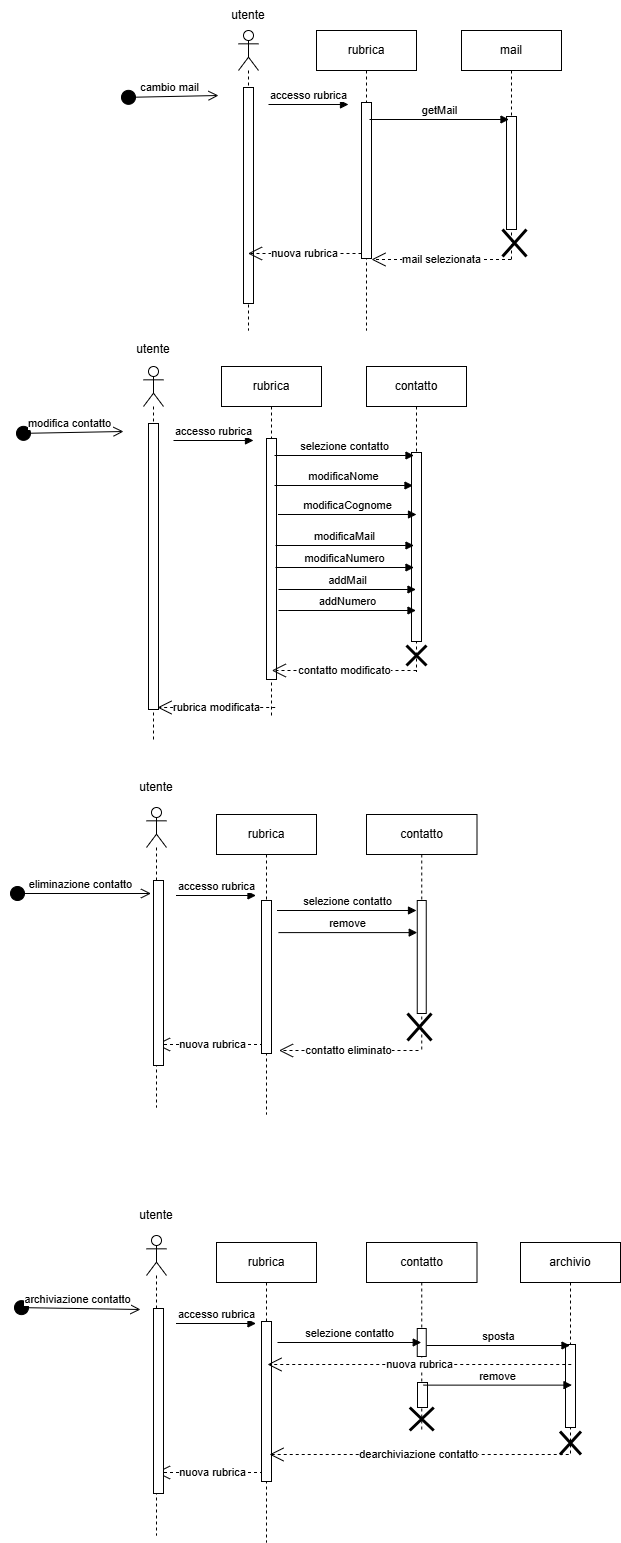
The draw.io diagram Design/diagrammiVeramentePazzi.drawio.png in VinSVinS00/Programmi-pazzi, before a commit. Source tidied: cells renumbered, new cells last; positions are measured from the earlier drawing's top-left corner, leaving out a move shared by most shapes.
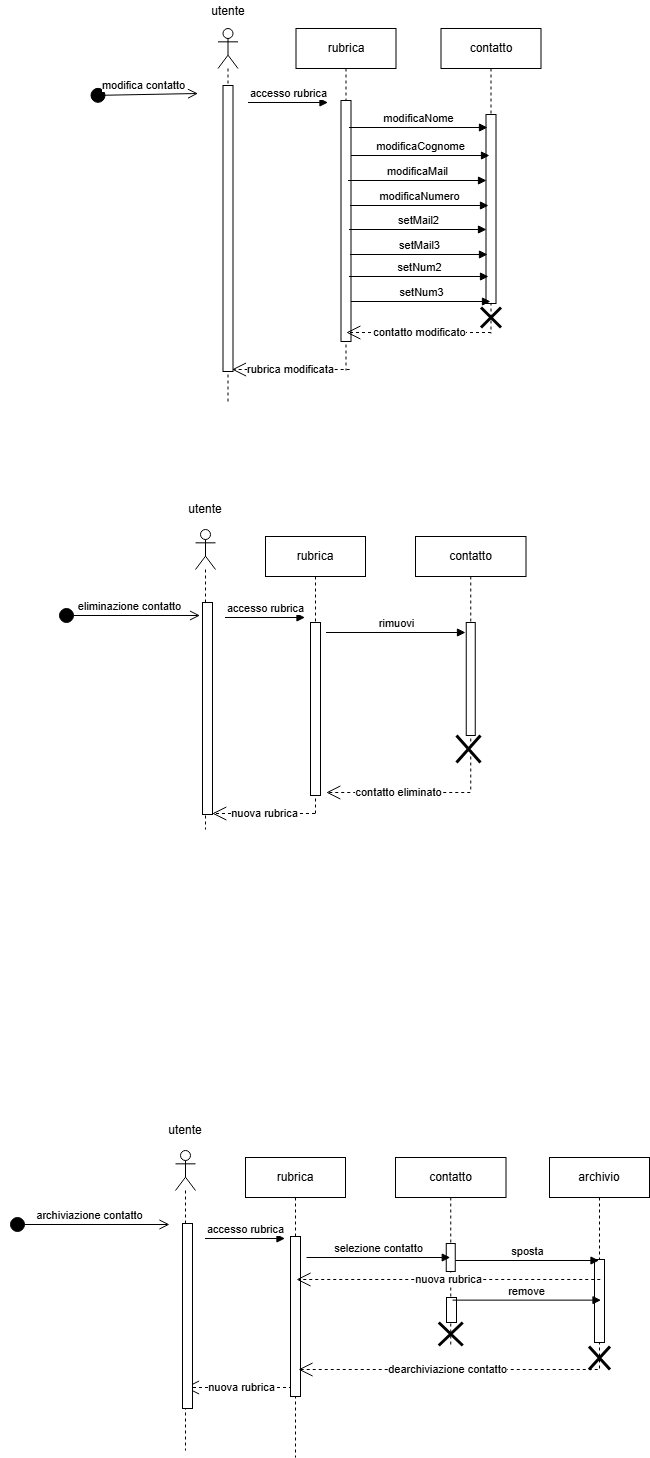
The same file after the commit.

Commit message:
Modifica dei diagrammi sequenziali

modifica dei vari diagrammi con varie modifiche fatte sulle self call e sui diagrammi in generale

Diff of the diagram source:
```diff
@@ -4,57 +4,6 @@
     <mxCell id="1" parent="0" />
-    <mxCell id="2" value="cambio mail" style="html=1;verticalAlign=bottom;startArrow=circle;startFill=1;endArrow=open;startSize=6;endSize=8;curved=0;rounded=0;" parent="1" edge="1">
-      <mxGeometry relative="1" as="geometry">
-        <mxPoint x="111" y="97" as="sourcePoint" />
-        <mxPoint x="209" y="95" as="targetPoint" />
-      </mxGeometry>
-    </mxCell>
-    <mxCell id="3" style="shape=umlLifeline;perimeter=lifelinePerimeter;whiteSpace=wrap;html=1;outlineConnect=0;portConstraint=eastwest;newEdgeStyle={&quot;curved&quot;:0,&quot;rounded&quot;:0};participant=umlActor;" parent="1" vertex="1">
-      <mxGeometry x="229" y="30" width="20" height="300" as="geometry" />
-    </mxCell>
-    <mxCell id="4" style="html=1;perimeter=orthogonalPerimeter;targetShapes=umlLifeline;newEdgeStyle={&quot;curved&quot;:0,&quot;rounded&quot;:0};" parent="3" vertex="1">
-      <mxGeometry x="5" y="57" width="10" height="216" as="geometry" />
-    </mxCell>
-    <mxCell id="5" value="utente" style="text;html=1;align=center;verticalAlign=middle;whiteSpace=wrap;rounded=0;" parent="1" vertex="1">
-      <mxGeometry x="209" width="60" height="30" as="geometry" />
-    </mxCell>
-    <mxCell id="6" value="rubrica" style="shape=umlLifeline;perimeter=lifelinePerimeter;whiteSpace=wrap;html=1;newEdgeStyle={&quot;curved&quot;:0,&quot;rounded&quot;:0};" parent="1" vertex="1">
-      <mxGeometry x="307" y="30" width="100" height="300" as="geometry" />
-    </mxCell>
-    <mxCell id="7" style="html=1;points=[[0,0,0,0,5],[0,1,0,0,-5],[1,0,0,0,5],[1,1,0,0,-5]];perimeter=orthogonalPerimeter;outlineConnect=0;targetShapes=umlLifeline;portConstraint=eastwest;newEdgeStyle={&quot;curved&quot;:0,&quot;rounded&quot;:0};" parent="6" vertex="1">
-      <mxGeometry x="45" y="72" width="10" height="156" as="geometry" />
-    </mxCell>
-    <mxCell id="8" value="mail" style="shape=umlLifeline;perimeter=lifelinePerimeter;whiteSpace=wrap;html=1;newEdgeStyle={&quot;curved&quot;:0,&quot;rounded&quot;:0};" parent="1" vertex="1">
-      <mxGeometry x="452" y="30" width="100" height="229" as="geometry" />
-    </mxCell>
-    <mxCell id="9" style="html=1;perimeter=orthogonalPerimeter;targetShapes=umlLifeline;newEdgeStyle={&quot;curved&quot;:0,&quot;rounded&quot;:0};" parent="8" vertex="1">
-      <mxGeometry x="45" y="86" width="10" height="113" as="geometry" />
-    </mxCell>
-    <mxCell id="10" style="shape=umlDestroy;whiteSpace=wrap;html=1;strokeWidth=3;targetShapes=umlLifeline;" parent="8" vertex="1">
-      <mxGeometry x="41" y="199" width="24" height="27" as="geometry" />
-    </mxCell>
-    <mxCell id="11" value="accesso rubrica" style="html=1;verticalAlign=bottom;endArrow=block;curved=0;rounded=0;" parent="1" edge="1">
-      <mxGeometry relative="1" as="geometry">
-        <mxPoint x="259" y="104" as="sourcePoint" />
-        <mxPoint x="339" y="104" as="targetPoint" />
-      </mxGeometry>
-    </mxCell>
-    <mxCell id="12" value="getMail" style="html=1;verticalAlign=bottom;endArrow=block;curved=0;rounded=0;exitX=1;exitY=0;exitDx=0;exitDy=5;exitPerimeter=0;" parent="1" edge="1">
-      <mxGeometry relative="1" as="geometry">
-        <mxPoint x="360" y="119" as="sourcePoint" />
-        <mxPoint x="499.5" y="119" as="targetPoint" />
-      </mxGeometry>
-    </mxCell>
-    <mxCell id="13" value="mail selezionata" style="endArrow=open;endSize=12;dashed=1;html=1;rounded=0;" parent="1" edge="1">
-      <mxGeometry relative="1" as="geometry">
-        <mxPoint x="501.5" y="259" as="sourcePoint" />
-        <mxPoint x="362" y="259" as="targetPoint" />
-      </mxGeometry>
-    </mxCell>
-    <mxCell id="14" value="nuova rubrica" style="endArrow=open;endSize=12;dashed=1;html=1;rounded=0;exitX=0;exitY=1;exitDx=0;exitDy=-5;exitPerimeter=0;" parent="1" edge="1" source="7" target="3">
-      <mxGeometry relative="1" as="geometry" />
-    </mxCell>
     <mxCell id="15" value="modifica contatto" style="html=1;verticalAlign=bottom;startArrow=circle;startFill=1;endArrow=open;startSize=6;endSize=8;curved=0;rounded=0;" parent="1" edge="1">
       <mxGeometry relative="1" as="geometry">
-        <mxPoint x="6" y="433" as="sourcePoint" />
-        <mxPoint x="114" y="431" as="targetPoint" />
+        <mxPoint x="150.5" y="192" as="sourcePoint" />
+        <mxPoint x="258.5" y="190" as="targetPoint" />
       </mxGeometry>
@@ -62,3 +11,3 @@
     <mxCell id="16" style="shape=umlLifeline;perimeter=lifelinePerimeter;whiteSpace=wrap;html=1;newEdgeStyle={&quot;curved&quot;:0,&quot;rounded&quot;:0};participant=umlActor;" parent="1" vertex="1">
-      <mxGeometry x="134" y="366" width="20" height="376" as="geometry" />
+      <mxGeometry x="278.5" y="125" width="20" height="376" as="geometry" />
     </mxCell>
@@ -68,3 +17,3 @@
     <mxCell id="18" value="rubrica" style="shape=umlLifeline;perimeter=lifelinePerimeter;whiteSpace=wrap;html=1;newEdgeStyle={&quot;curved&quot;:0,&quot;rounded&quot;:0};" parent="1" vertex="1">
-      <mxGeometry x="212" y="366" width="100" height="350" as="geometry" />
+      <mxGeometry x="356.5" y="125" width="100" height="342" as="geometry" />
     </mxCell>
@@ -74,3 +23,3 @@
     <mxCell id="20" value="contatto" style="shape=umlLifeline;perimeter=lifelinePerimeter;whiteSpace=wrap;html=1;outlineConnect=0;portConstraint=eastwest;newEdgeStyle={&quot;curved&quot;:0,&quot;rounded&quot;:0};" parent="1" vertex="1">
-      <mxGeometry x="357" y="366" width="100" height="305" as="geometry" />
+      <mxGeometry x="501.5" y="125" width="100" height="305" as="geometry" />
     </mxCell>
@@ -84,14 +33,8 @@
       <mxGeometry relative="1" as="geometry">
-        <mxPoint x="164" y="440" as="sourcePoint" />
-        <mxPoint x="244" y="440" as="targetPoint" />
+        <mxPoint x="308.5" y="199" as="sourcePoint" />
+        <mxPoint x="388.5" y="199" as="targetPoint" />
       </mxGeometry>
     </mxCell>
-    <mxCell id="24" value="selezione contatto" style="html=1;verticalAlign=bottom;endArrow=block;curved=0;rounded=0;exitX=1;exitY=0;exitDx=0;exitDy=5;exitPerimeter=0;" parent="1" edge="1">
-      <mxGeometry relative="1" as="geometry">
-        <mxPoint x="265" y="455" as="sourcePoint" />
-        <mxPoint x="404.5" y="455" as="targetPoint" />
-      </mxGeometry>
-    </mxCell>
     <mxCell id="25" value="utente" style="text;html=1;align=center;verticalAlign=middle;whiteSpace=wrap;rounded=0;" parent="1" vertex="1">
-      <mxGeometry x="114" y="338" width="60" height="22" as="geometry" />
+      <mxGeometry x="258.5" y="97" width="60" height="22" as="geometry" />
     </mxCell>
@@ -99,4 +42,4 @@
       <mxGeometry relative="1" as="geometry">
-        <mxPoint x="265" y="485" as="sourcePoint" />
-        <mxPoint x="403.5" y="485" as="targetPoint" />
+        <mxPoint x="409.5" y="224" as="sourcePoint" />
+        <mxPoint x="548" y="224" as="targetPoint" />
       </mxGeometry>
@@ -105,4 +48,4 @@
       <mxGeometry relative="1" as="geometry">
-        <mxPoint x="268.5" y="514" as="sourcePoint" />
-        <mxPoint x="407" y="514" as="targetPoint" />
+        <mxPoint x="411.5" y="252" as="sourcePoint" />
+        <mxPoint x="550" y="252" as="targetPoint" />
       </mxGeometry>
@@ -111,4 +54,4 @@
       <mxGeometry relative="1" as="geometry">
-        <mxPoint x="266" y="545" as="sourcePoint" />
-        <mxPoint x="404.5" y="545" as="targetPoint" />
+        <mxPoint x="408.5" y="277" as="sourcePoint" />
+        <mxPoint x="547" y="277" as="targetPoint" />
       </mxGeometry>
@@ -117,14 +60,16 @@
       <mxGeometry relative="1" as="geometry">
-        <mxPoint x="266" y="567" as="sourcePoint" />
-        <mxPoint x="404.5" y="567" as="targetPoint" />
+        <mxPoint x="410.5" y="302" as="sourcePoint" />
+        <mxPoint x="549" y="302" as="targetPoint" />
       </mxGeometry>
     </mxCell>
-    <mxCell id="30" value="addMail" style="html=1;verticalAlign=bottom;endArrow=block;curved=0;rounded=0;" parent="1" edge="1" target="20">
+    <mxCell id="30" value="setMail2" style="html=1;verticalAlign=bottom;endArrow=block;curved=0;rounded=0;" parent="1" edge="1">
       <mxGeometry relative="1" as="geometry">
-        <mxPoint x="269" y="589" as="sourcePoint" />
+        <mxPoint x="409.5" y="326" as="sourcePoint" />
+        <mxPoint x="547" y="326" as="targetPoint" />
       </mxGeometry>
     </mxCell>
-    <mxCell id="31" value="addNumero" style="html=1;verticalAlign=bottom;endArrow=block;curved=0;rounded=0;" parent="1" edge="1" target="20">
+    <mxCell id="31" value="setMail3" style="html=1;verticalAlign=bottom;endArrow=block;curved=0;rounded=0;" parent="1" edge="1">
       <mxGeometry relative="1" as="geometry">
-        <mxPoint x="269" y="610" as="sourcePoint" />
+        <mxPoint x="410.5" y="351" as="sourcePoint" />
+        <mxPoint x="548" y="351" as="targetPoint" />
       </mxGeometry>
@@ -133,4 +78,4 @@
       <mxGeometry relative="1" as="geometry">
-        <mxPoint x="407" y="670" as="sourcePoint" />
-        <mxPoint x="262.3" y="670" as="targetPoint" />
+        <mxPoint x="551.5" y="429" as="sourcePoint" />
+        <mxPoint x="406.8" y="429" as="targetPoint" />
       </mxGeometry>
@@ -139,4 +84,4 @@
       <mxGeometry relative="1" as="geometry">
-        <mxPoint x="265.7" y="707" as="sourcePoint" />
-        <mxPoint x="148" y="707" as="targetPoint" />
+        <mxPoint x="410.2" y="466" as="sourcePoint" />
+        <mxPoint x="292.5" y="466" as="targetPoint" />
       </mxGeometry>
@@ -145,4 +90,4 @@
       <mxGeometry relative="1" as="geometry">
-        <mxPoint y="893" as="sourcePoint" />
-        <mxPoint x="141.5" y="893" as="targetPoint" />
+        <mxPoint x="119" y="712" as="sourcePoint" />
+        <mxPoint x="260.5" y="712" as="targetPoint" />
       </mxGeometry>
@@ -150,3 +95,3 @@
     <mxCell id="35" value="contatto" style="shape=umlLifeline;perimeter=lifelinePerimeter;whiteSpace=wrap;html=1;outlineConnect=0;portConstraint=eastwest;newEdgeStyle={&quot;curved&quot;:0,&quot;rounded&quot;:0};" parent="1" vertex="1">
-      <mxGeometry x="357" y="814" width="110.5" height="237" as="geometry" />
+      <mxGeometry x="476" y="633" width="110.5" height="256" as="geometry" />
     </mxCell>
@@ -160,22 +105,20 @@
       <mxGeometry relative="1" as="geometry">
-        <mxPoint x="166.5" y="895" as="sourcePoint" />
-        <mxPoint x="246.5" y="895" as="targetPoint" />
+        <mxPoint x="285.5" y="714" as="sourcePoint" />
+        <mxPoint x="365.5" y="714" as="targetPoint" />
       </mxGeometry>
     </mxCell>
-    <mxCell id="39" value="selezione contatto" style="html=1;verticalAlign=bottom;endArrow=block;curved=0;rounded=0;exitX=1;exitY=0;exitDx=0;exitDy=5;exitPerimeter=0;" parent="1" edge="1">
+    <mxCell id="39" value="rimuovi" style="html=1;verticalAlign=bottom;endArrow=block;curved=0;rounded=0;exitX=1;exitY=0;exitDx=0;exitDy=5;exitPerimeter=0;" parent="1" edge="1">
       <mxGeometry relative="1" as="geometry">
-        <mxPoint x="267.5" y="910" as="sourcePoint" />
-        <mxPoint x="407" y="910" as="targetPoint" />
+        <mxPoint x="386.5" y="729" as="sourcePoint" />
+        <mxPoint x="526" y="729" as="targetPoint" />
       </mxGeometry>
     </mxCell>
-    <mxCell id="40" value="contatto eliminato" style="endArrow=open;endSize=12;dashed=1;html=1;rounded=0;" parent="1" edge="1">
+    <mxCell id="40" value="contatto eliminato" style="endArrow=open;endSize=12;dashed=1;html=1;rounded=0;" parent="1" edge="1" source="35">
       <mxGeometry relative="1" as="geometry">
-        <mxPoint x="409" y="1050" as="sourcePoint" />
-        <mxPoint x="269.5" y="1050" as="targetPoint" />
+        <mxPoint x="386.8" y="889" as="targetPoint" />
       </mxGeometry>
     </mxCell>
-    <mxCell id="41" value="nuova rubrica" style="endArrow=open;endSize=12;dashed=1;html=1;rounded=0;exitX=0;exitY=1;exitDx=0;exitDy=-5;exitPerimeter=0;" parent="1" edge="1">
+    <mxCell id="41" value="nuova rubrica" style="endArrow=open;endSize=12;dashed=1;html=1;rounded=0;" parent="1" edge="1" source="42">
       <mxGeometry relative="1" as="geometry">
-        <mxPoint x="259.5" y="1044" as="sourcePoint" />
-        <mxPoint x="146.5" y="1044" as="targetPoint" />
+        <mxPoint x="272.8" y="910" as="targetPoint" />
       </mxGeometry>
@@ -183,23 +126,18 @@
     <mxCell id="42" value="rubrica" style="shape=umlLifeline;perimeter=lifelinePerimeter;whiteSpace=wrap;html=1;outlineConnect=0;portConstraint=eastwest;newEdgeStyle={&quot;curved&quot;:0,&quot;rounded&quot;:0};" parent="1" vertex="1">
-      <mxGeometry x="207" y="814" width="100" height="300" as="geometry" />
+      <mxGeometry x="326" y="633" width="100" height="279" as="geometry" />
     </mxCell>
     <mxCell id="43" style="html=1;perimeter=orthogonalPerimeter;targetShapes=umlLifeline;newEdgeStyle={&quot;curved&quot;:0,&quot;rounded&quot;:0};" parent="42" vertex="1">
-      <mxGeometry x="45" y="86" width="10" height="153" as="geometry" />
+      <mxGeometry x="45" y="86" width="10" height="173" as="geometry" />
     </mxCell>
     <mxCell id="44" style="shape=umlLifeline;perimeter=lifelinePerimeter;whiteSpace=wrap;html=1;newEdgeStyle={&quot;curved&quot;:0,&quot;rounded&quot;:0};participant=umlActor;" parent="1" vertex="1">
-      <mxGeometry x="137" y="807" width="20" height="300" as="geometry" />
+      <mxGeometry x="256" y="626" width="20" height="300" as="geometry" />
     </mxCell>
     <mxCell id="45" style="html=1;perimeter=orthogonalPerimeter;targetShapes=umlLifeline;newEdgeStyle={&quot;curved&quot;:0,&quot;rounded&quot;:0};" parent="44" vertex="1">
-      <mxGeometry x="7" y="73" width="10" height="185" as="geometry" />
+      <mxGeometry x="7" y="73" width="10" height="212" as="geometry" />
     </mxCell>
     <mxCell id="46" value="utente" style="text;html=1;align=center;verticalAlign=middle;whiteSpace=wrap;rounded=0;" parent="1" vertex="1">
-      <mxGeometry x="117" y="775" width="60" height="24" as="geometry" />
+      <mxGeometry x="236" y="594" width="60" height="24" as="geometry" />
     </mxCell>
-    <mxCell id="47" value="remove" style="html=1;verticalAlign=bottom;endArrow=block;curved=0;rounded=0;" parent="1" edge="1" target="36">
-      <mxGeometry relative="1" as="geometry">
-        <mxPoint x="269" y="932.1" as="sourcePoint" />
-      </mxGeometry>
-    </mxCell>
     <mxCell id="48" value="contatto" style="shape=umlLifeline;perimeter=lifelinePerimeter;whiteSpace=wrap;html=1;outlineConnect=0;portConstraint=eastwest;newEdgeStyle={&quot;curved&quot;:0,&quot;rounded&quot;:0};" parent="1" vertex="1">
-      <mxGeometry x="357" y="1242" width="110.5" height="188" as="geometry" />
+      <mxGeometry x="456" y="1254" width="110.5" height="188" as="geometry" />
     </mxCell>
@@ -216,4 +154,4 @@
       <mxGeometry relative="1" as="geometry">
-        <mxPoint x="166.5" y="1323" as="sourcePoint" />
-        <mxPoint x="246.5" y="1323" as="targetPoint" />
+        <mxPoint x="265.5" y="1335" as="sourcePoint" />
+        <mxPoint x="345.5" y="1335" as="targetPoint" />
       </mxGeometry>
@@ -222,4 +160,4 @@
       <mxGeometry relative="1" as="geometry">
-        <mxPoint x="259.5" y="1472" as="sourcePoint" />
-        <mxPoint x="146.5" y="1472" as="targetPoint" />
+        <mxPoint x="358.5" y="1484" as="sourcePoint" />
+        <mxPoint x="245.5" y="1484" as="targetPoint" />
       </mxGeometry>
@@ -227,3 +165,3 @@
     <mxCell id="54" value="rubrica" style="shape=umlLifeline;perimeter=lifelinePerimeter;whiteSpace=wrap;html=1;newEdgeStyle={&quot;curved&quot;:0,&quot;rounded&quot;:0};" parent="1" vertex="1">
-      <mxGeometry x="207" y="1242" width="100" height="300" as="geometry" />
+      <mxGeometry x="306" y="1254" width="100" height="300" as="geometry" />
     </mxCell>
@@ -233,3 +171,3 @@
     <mxCell id="56" style="shape=umlLifeline;perimeter=lifelinePerimeter;whiteSpace=wrap;html=1;newEdgeStyle={&quot;curved&quot;:0,&quot;rounded&quot;:0};participant=umlActor;" parent="1" vertex="1">
-      <mxGeometry x="137" y="1235" width="20" height="300" as="geometry" />
+      <mxGeometry x="236" y="1247" width="20" height="300" as="geometry" />
     </mxCell>
@@ -239,3 +177,3 @@
     <mxCell id="58" value="utente" style="text;html=1;align=center;verticalAlign=middle;whiteSpace=wrap;rounded=0;" parent="1" vertex="1">
-      <mxGeometry x="117" y="1203" width="60" height="24" as="geometry" />
+      <mxGeometry x="216" y="1215" width="60" height="24" as="geometry" />
     </mxCell>
@@ -243,4 +181,4 @@
       <mxGeometry relative="1" as="geometry">
-        <mxPoint x="4" y="1307" as="sourcePoint" />
-        <mxPoint x="131" y="1309" as="targetPoint" />
+        <mxPoint x="70" y="1321" as="sourcePoint" />
+        <mxPoint x="230" y="1321" as="targetPoint" />
       </mxGeometry>
@@ -248,3 +186,3 @@
     <mxCell id="60" value="archivio" style="shape=umlLifeline;perimeter=lifelinePerimeter;whiteSpace=wrap;html=1;outlineConnect=0;portConstraint=eastwest;newEdgeStyle={&quot;curved&quot;:0,&quot;rounded&quot;:0};" parent="1" vertex="1">
-      <mxGeometry x="511" y="1242" width="100" height="213" as="geometry" />
+      <mxGeometry x="610" y="1254" width="100" height="213" as="geometry" />
     </mxCell>
@@ -258,3 +196,3 @@
       <mxGeometry relative="1" as="geometry">
-        <mxPoint x="268" y="1342" as="sourcePoint" />
+        <mxPoint x="367" y="1354" as="sourcePoint" />
       </mxGeometry>
@@ -263,3 +201,3 @@
       <mxGeometry relative="1" as="geometry">
-        <mxPoint x="417" y="1345" as="sourcePoint" />
+        <mxPoint x="516" y="1357" as="sourcePoint" />
       </mxGeometry>
@@ -268,4 +206,4 @@
       <mxGeometry relative="1" as="geometry">
-        <mxPoint x="561.7" y="1364" as="sourcePoint" />
-        <mxPoint x="258" y="1364" as="targetPoint" />
+        <mxPoint x="660.7" y="1376" as="sourcePoint" />
+        <mxPoint x="357" y="1376" as="targetPoint" />
       </mxGeometry>
@@ -274,4 +212,4 @@
       <mxGeometry relative="1" as="geometry">
-        <mxPoint x="414" y="1384.6" as="sourcePoint" />
-        <mxPoint x="562.5" y="1384.6" as="targetPoint" />
+        <mxPoint x="513" y="1396.6" as="sourcePoint" />
+        <mxPoint x="661.5" y="1396.6" as="targetPoint" />
       </mxGeometry>
@@ -280,6 +218,17 @@
       <mxGeometry relative="1" as="geometry">
-        <mxPoint x="559.2" y="1454" as="sourcePoint" />
-        <mxPoint x="260" y="1454" as="targetPoint" />
+        <mxPoint x="658.2" y="1466" as="sourcePoint" />
+        <mxPoint x="359" y="1466" as="targetPoint" />
       </mxGeometry>
     </mxCell>
+    <mxCell id="68" value="setNum2" style="html=1;verticalAlign=bottom;endArrow=block;curved=0;rounded=0;" parent="1" edge="1">
+      <mxGeometry relative="1" as="geometry">
+        <mxPoint x="409.5" y="373" as="sourcePoint" />
+        <mxPoint x="549" y="373" as="targetPoint" />
+      </mxGeometry>
+    </mxCell>
+    <mxCell id="69" value="setNum3" style="html=1;verticalAlign=bottom;endArrow=block;curved=0;rounded=0;" parent="1" edge="1" target="20">
+      <mxGeometry relative="1" as="geometry">
+        <mxPoint x="411.5" y="398" as="sourcePoint" />
+      </mxGeometry>
+    </mxCell>
   </root>
```
